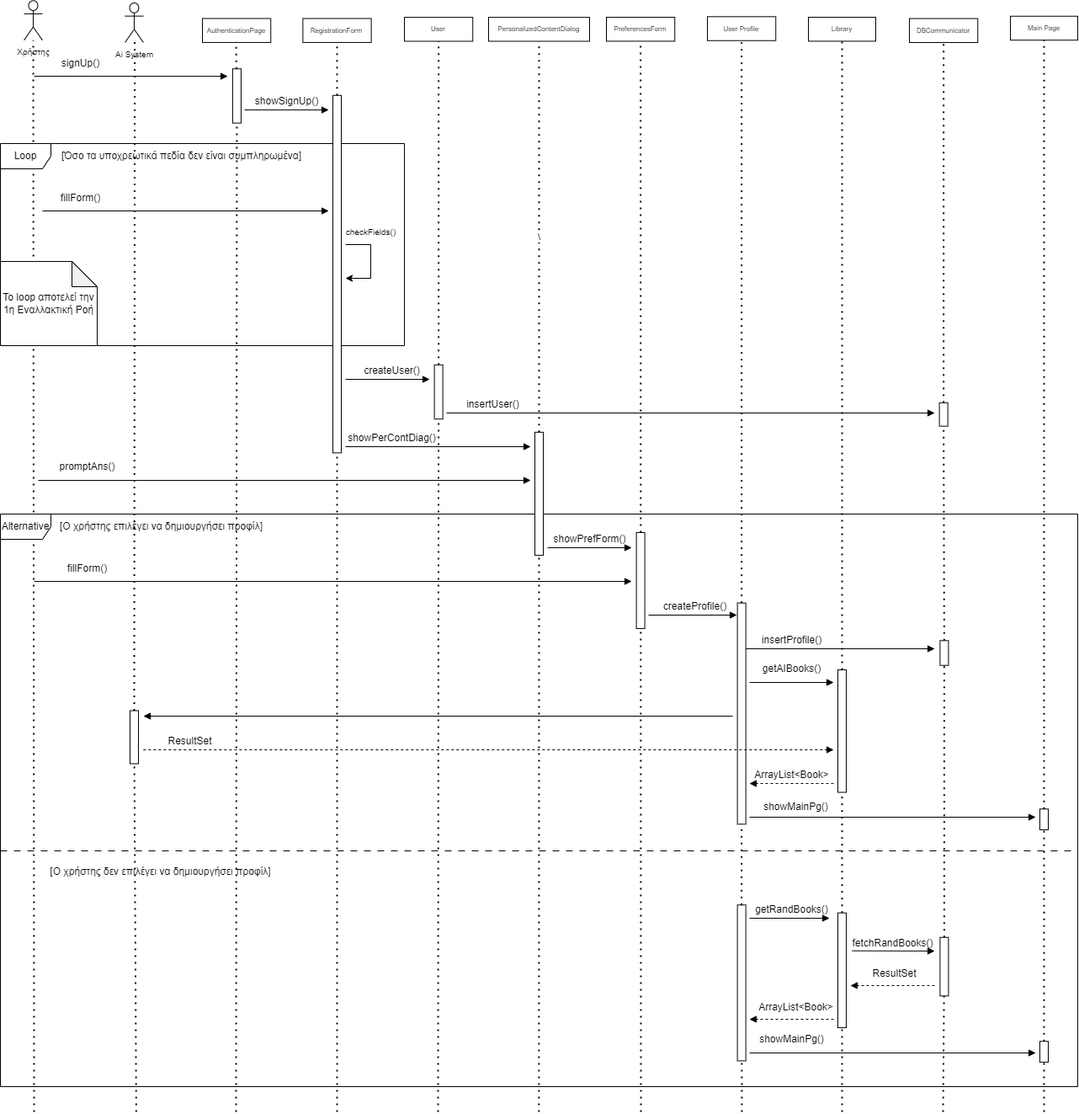
Earlier version of the draw.io export 2nd Assignment/Sequence Diagrams/Sequence-Diagram-v0.1-Δημιουργία Λογαριασμού-Προφίλ.png (CallMeJasonYT/LibraVision). Source tidied: cells renumbered, new cells last; positions are measured from the earlier drawing's top-left corner, leaving out a move shared by most shapes.
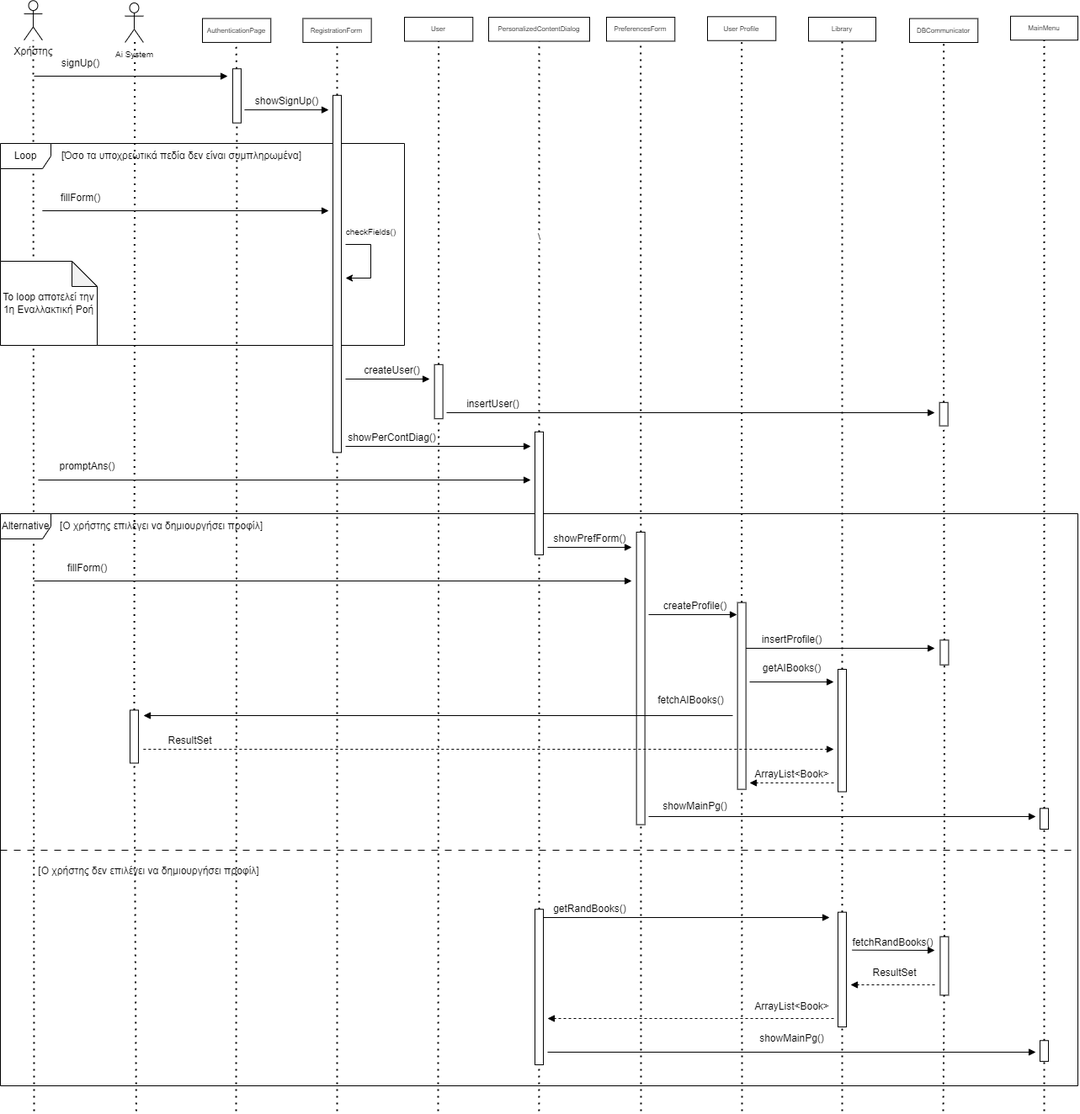
After the change.

Commit message:
Sequence-Diagram-v0.1-Δημιουργία Λογαριασμού-Προφίλ

Change to the diagram source:
```diff
@@ -75,10 +75,10 @@
     <mxCell id="20" value="PreferencesForm" style="rounded=0;whiteSpace=wrap;html=1;spacing=0;fontSize=8;" parent="1" vertex="1">
       <mxGeometry x="720" y="20" width="81.2" height="28.4" as="geometry" />
     </mxCell>
-    <mxCell id="21" value="Main Page" style="rounded=0;whiteSpace=wrap;html=1;spacing=0;fontSize=8;" parent="1" vertex="1">
+    <mxCell id="21" value="MainMenu" style="rounded=0;whiteSpace=wrap;html=1;spacing=0;fontSize=8;" parent="1" vertex="1">
       <mxGeometry x="1200" y="18.8" width="80" height="28.4" as="geometry" />
     </mxCell>
-    <mxCell id="22" value="&lt;font style=&quot;font-size: 10px;&quot;&gt;Χρήστης&lt;/font&gt;" style="shape=umlActor;verticalLabelPosition=bottom;verticalAlign=top;html=1;outlineConnect=0;" parent="1" vertex="1">
+    <mxCell id="22" value="Χρήστης" style="shape=umlActor;verticalLabelPosition=bottom;verticalAlign=top;html=1;outlineConnect=0;" parent="1" vertex="1">
       <mxGeometry x="28.1" y="0.3" width="21.7" height="46.9" as="geometry" />
     </mxCell>
     <mxCell id="23" value="&lt;font style=&quot;font-size: 10px;&quot;&gt;Ai System&lt;/font&gt;" style="shape=umlActor;verticalLabelPosition=bottom;verticalAlign=top;html=1;" parent="1" vertex="1">
@@ -175,10 +175,8 @@
     <mxCell id="44" style="rounded=0;whiteSpace=wrap;html=1;rotation=-90;" parent="1" vertex="1">
       <mxGeometry x="567" y="580.9" width="146.1" height="10" as="geometry" />
     </mxCell>
-    <mxCell id="45" style="endArrow=none;dashed=1;html=1;dashPattern=1 3;strokeWidth=2;rounded=0;" parent="1" edge="1" target="44">
-      <mxGeometry relative="1" as="geometry">
-        <mxPoint x="639.8" y="1320" as="sourcePoint" />
-      </mxGeometry>
+    <mxCell id="45" style="endArrow=none;dashed=1;html=1;dashPattern=1 3;strokeWidth=2;rounded=0;" parent="1" edge="1" source="104" target="44">
+      <mxGeometry relative="1" as="geometry" />
     </mxCell>
     <mxCell id="46" value="promptAns()" style="text;html=1;align=center;verticalAlign=middle;strokeColor=none;fillColor=none;spacing=0;" parent="1" vertex="1">
       <mxGeometry x="58.1" y="543.9" width="90" height="20" as="geometry" />
@@ -217,7 +215,7 @@
       <mxGeometry x="840" y="19.3" width="81.2" height="28.4" as="geometry" />
     </mxCell>
     <mxCell id="56" style="rounded=0;whiteSpace=wrap;html=1;rotation=-90;" parent="1" vertex="1">
-      <mxGeometry x="703.6" y="684" width="114" height="10" as="geometry" />
+      <mxGeometry x="586.8" y="800.8" width="347.6" height="10" as="geometry" />
     </mxCell>
     <mxCell id="57" style="endArrow=none;dashed=1;html=1;dashPattern=1 3;strokeWidth=2;rounded=0;" parent="1" edge="1" source="62" target="55">
       <mxGeometry relative="1" as="geometry" />
@@ -241,14 +239,11 @@
       </mxGeometry>
     </mxCell>
     <mxCell id="62" style="rounded=0;whiteSpace=wrap;html=1;rotation=-90;" parent="1" vertex="1">
-      <mxGeometry x="749.3" y="842" width="262.7" height="10" as="geometry" />
+      <mxGeometry x="769.6" y="821.6" width="222" height="10" as="geometry" />
     </mxCell>
     <mxCell id="63" value="insertProfile()" style="text;html=1;align=center;verticalAlign=middle;strokeColor=none;fillColor=none;spacing=0;" parent="1" vertex="1">
       <mxGeometry x="895" y="750" width="90" height="20" as="geometry" />
     </mxCell>
-    <mxCell id="64" style="endArrow=none;dashed=1;html=1;dashPattern=1 3;strokeWidth=2;rounded=0;" parent="1" edge="1" source="70" target="62">
-      <mxGeometry relative="1" as="geometry" />
-    </mxCell>
     <mxCell id="65" style="endArrow=none;dashed=1;html=1;dashPattern=1 3;strokeWidth=2;rounded=0;" parent="1" edge="1" source="73" target="95">
       <mxGeometry relative="1" as="geometry" />
     </mxCell>
@@ -264,14 +259,11 @@
     <mxCell id="68" style="endArrow=none;dashed=1;html=1;dashPattern=1 3;strokeWidth=2;rounded=0;" parent="1" edge="1" source="90" target="71">
       <mxGeometry relative="1" as="geometry" />
     </mxCell>
-    <mxCell id="69" style="endArrow=none;dashed=1;html=1;dashPattern=1 3;strokeWidth=2;rounded=0;" parent="1" edge="1" target="70">
+    <mxCell id="69" style="endArrow=none;dashed=1;html=1;dashPattern=1 3;strokeWidth=2;rounded=0;" parent="1" edge="1" target="62">
       <mxGeometry relative="1" as="geometry">
         <mxPoint x="881" y="1320" as="sourcePoint" />
       </mxGeometry>
     </mxCell>
-    <mxCell id="70" style="rounded=0;whiteSpace=wrap;html=1;rotation=-90;" parent="1" vertex="1">
-      <mxGeometry x="788.1" y="1161.8" width="185.1" height="10" as="geometry" />
-    </mxCell>
     <mxCell id="71" style="rounded=0;whiteSpace=wrap;html=1;rotation=-90;" parent="1" vertex="1">
       <mxGeometry x="927.2" y="862.8" width="145.5" height="10" as="geometry" />
     </mxCell>
@@ -300,7 +292,7 @@
     </mxCell>
     <mxCell id="78" style="html=1;verticalAlign=bottom;endArrow=block;curved=0;rounded=0;" parent="1" edge="1">
       <mxGeometry relative="1" as="geometry">
-        <mxPoint x="890" y="970" as="sourcePoint" />
+        <mxPoint x="770" y="970" as="sourcePoint" />
         <mxPoint x="1230" y="970" as="targetPoint" />
       </mxGeometry>
     </mxCell>
@@ -320,7 +312,7 @@
     </mxCell>
     <mxCell id="82" style="html=1;verticalAlign=bottom;endArrow=block;curved=0;rounded=0;" parent="1" edge="1">
       <mxGeometry relative="1" as="geometry">
-        <mxPoint x="890" y="1090" as="sourcePoint" />
+        <mxPoint x="640" y="1090" as="sourcePoint" />
         <mxPoint x="985" y="1090" as="targetPoint" />
       </mxGeometry>
     </mxCell>
@@ -328,21 +320,21 @@
       <mxGeometry x="885" y="910" width="110" height="20" as="geometry" />
     </mxCell>
     <mxCell id="84" value="getRandBooks()" style="text;html=1;align=center;verticalAlign=middle;strokeColor=none;fillColor=none;spacing=0;" parent="1" vertex="1">
-      <mxGeometry x="885" y="1070" width="110" height="20" as="geometry" />
+      <mxGeometry x="645" y="1070" width="110" height="20" as="geometry" />
     </mxCell>
     <mxCell id="85" style="html=1;verticalAlign=bottom;endArrow=block;curved=0;rounded=0;" parent="1" edge="1">
       <mxGeometry relative="1" as="geometry">
-        <mxPoint x="890" y="1250" as="sourcePoint" />
+        <mxPoint x="650" y="1250" as="sourcePoint" />
         <mxPoint x="1230" y="1250" as="targetPoint" />
       </mxGeometry>
     </mxCell>
     <mxCell id="86" value="ArrayList&amp;lt;Book&amp;gt;" style="text;html=1;align=center;verticalAlign=middle;strokeColor=none;fillColor=none;spacing=0;" parent="1" vertex="1">
-      <mxGeometry x="890" y="1185.9" width="110" height="20" as="geometry" />
+      <mxGeometry x="885" y="1185.9" width="110" height="20" as="geometry" />
     </mxCell>
     <mxCell id="87" style="html=1;verticalAlign=bottom;endArrow=block;curved=0;rounded=0;dashed=1;" parent="1" edge="1">
       <mxGeometry relative="1" as="geometry">
         <mxPoint x="990" y="1210" as="sourcePoint" />
-        <mxPoint x="890" y="1210" as="targetPoint" />
+        <mxPoint x="650" y="1210" as="targetPoint" />
       </mxGeometry>
     </mxCell>
     <mxCell id="88" value="showMainPg()" style="text;html=1;align=center;verticalAlign=middle;strokeColor=none;fillColor=none;spacing=0;" parent="1" vertex="1">
@@ -384,7 +376,7 @@
       <mxGeometry x="1026.7" y="1145.9" width="70" height="20" as="geometry" />
     </mxCell>
     <mxCell id="97" value="showMainPg()" style="text;html=1;align=center;verticalAlign=middle;strokeColor=none;fillColor=none;spacing=0;" parent="1" vertex="1">
-      <mxGeometry x="895" y="947.7" width="100" height="20" as="geometry" />
+      <mxGeometry x="775" y="947.7" width="100" height="20" as="geometry" />
     </mxCell>
     <mxCell id="98" style="endArrow=none;dashed=1;html=1;rounded=0;dashPattern=8 8;" parent="1" edge="1">
       <mxGeometry relative="1" as="geometry">
@@ -404,7 +396,18 @@
       <mxGeometry x="1227.7" y="1243.6" width="24.7" height="10" as="geometry" />
     </mxCell>
     <mxCell id="102" value="[Ο χρήστης δεν επιλέγει να δημιουργήσει προφίλ]" style="text;html=1;align=center;verticalAlign=middle;strokeColor=none;fillColor=none;" parent="1" vertex="1">
-      <mxGeometry x="45" y="1020" width="290" height="30" as="geometry" />
+      <mxGeometry x="31.2" y="1020" width="290" height="30" as="geometry" />
     </mxCell>
+    <mxCell id="103" style="endArrow=none;dashed=1;html=1;dashPattern=1 3;strokeWidth=2;rounded=0;" parent="1" edge="1" target="104">
+      <mxGeometry relative="1" as="geometry">
+        <mxPoint x="639.8" y="1320" as="sourcePoint" />
+      </mxGeometry>
+    </mxCell>
+    <mxCell id="104" style="rounded=0;whiteSpace=wrap;html=1;rotation=-90;" parent="1" vertex="1">
+      <mxGeometry x="547.6" y="1167.6" width="184.8" height="10" as="geometry" />
+    </mxCell>
+    <mxCell id="105" value="fetchAIBooks()" style="text;html=1;align=center;verticalAlign=middle;strokeColor=none;fillColor=none;spacing=0;" parent="1" vertex="1">
+      <mxGeometry x="769.6" y="821.6" width="100" height="20" as="geometry" />
+    </mxCell>
   </root>
 </mxGraphModel>
```
